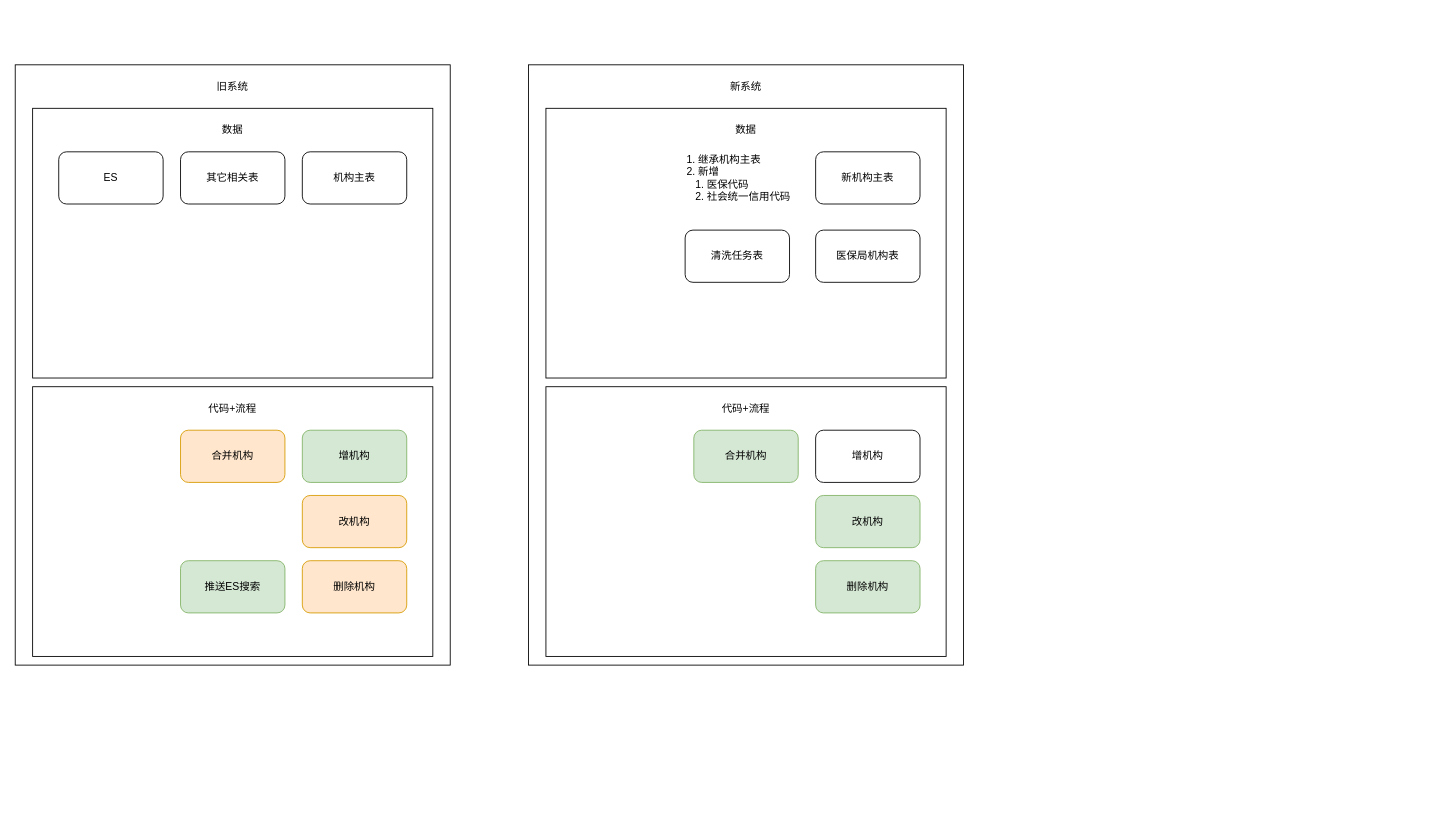
This is 知识库.drawio from XiaoLiuAI/diagrams, a draw.io file, before an edit. Source tidied: cells renumbered, new cells numbered last; positions are measured from the earlier drawing's top-left corner, leaving out a move shared by most shapes. Both pictures are drawn from the tidied source at 87%, with x=0, y=0 at pixel (15, 64).
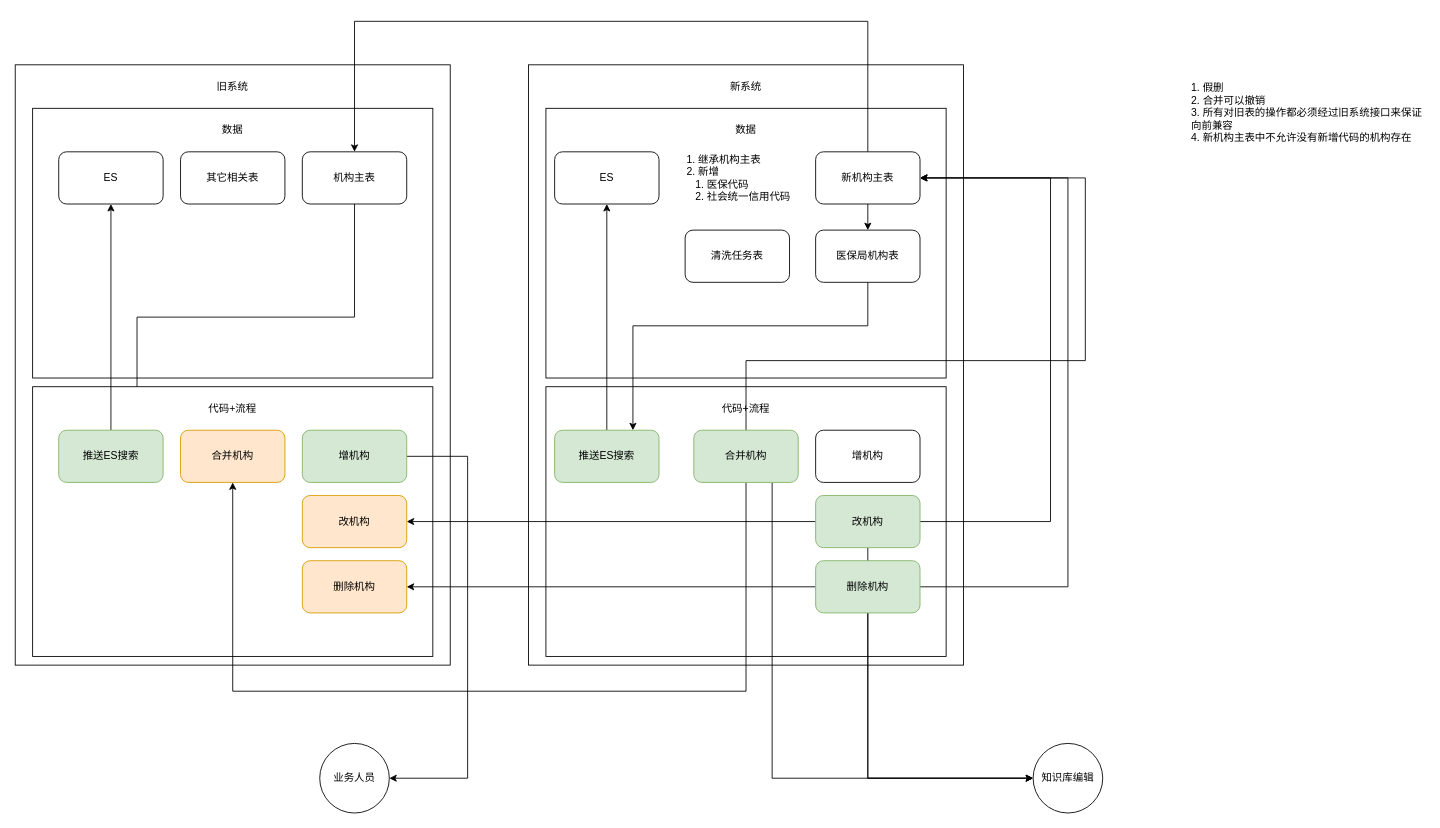
The same page after the edit.

Commit message (it also covers changes not shown here):
更新知识库.drawio

The change refers to these unchanged cells:
```xml
<mxCell id="6" value="机构主表" style="rounded=1;whiteSpace=wrap;html=1;" parent="1" vertex="1">
  <mxGeometry x="330" y="100" width="120" height="60" as="geometry" />
</mxCell>
<mxCell id="9" value="增机构" style="rounded=1;whiteSpace=wrap;html=1;fillColor=#d5e8d4;strokeColor=#82b366;" parent="1" vertex="1">
  <mxGeometry x="330" y="420" width="120" height="60" as="geometry" />
</mxCell>
<mxCell id="10" value="改机构" style="rounded=1;whiteSpace=wrap;html=1;fillColor=#ffe6cc;strokeColor=#d79b00;" parent="1" vertex="1">
  <mxGeometry x="330" y="495" width="120" height="60" as="geometry" />
</mxCell>
<mxCell id="11" value="删除机构" style="rounded=1;whiteSpace=wrap;html=1;fillColor=#ffe6cc;strokeColor=#d79b00;" parent="1" vertex="1">
  <mxGeometry x="330" y="570" width="120" height="60" as="geometry" />
</mxCell>
<mxCell id="12" value="合并机构" style="rounded=1;whiteSpace=wrap;html=1;fillColor=#ffe6cc;strokeColor=#d79b00;" parent="1" vertex="1">
  <mxGeometry x="190" y="420" width="120" height="60" as="geometry" />
</mxCell>
<mxCell id="14" value="ES" style="rounded=1;whiteSpace=wrap;html=1;" parent="1" vertex="1">
  <mxGeometry x="50" y="100" width="120" height="60" as="geometry" />
</mxCell>
<mxCell id="20" value="新机构主表" style="rounded=1;whiteSpace=wrap;html=1;" parent="1" vertex="1">
  <mxGeometry x="920" y="100" width="120" height="60" as="geometry" />
</mxCell>
<mxCell id="24" value="改机构" style="rounded=1;whiteSpace=wrap;html=1;fillColor=#d5e8d4;strokeColor=#82b366;" parent="1" vertex="1">
  <mxGeometry x="920" y="495" width="120" height="60" as="geometry" />
</mxCell>
<mxCell id="25" value="删除机构" style="rounded=1;whiteSpace=wrap;html=1;fillColor=#d5e8d4;strokeColor=#82b366;" parent="1" vertex="1">
  <mxGeometry x="920" y="570" width="120" height="60" as="geometry" />
</mxCell>
<mxCell id="26" value="合并机构" style="rounded=1;whiteSpace=wrap;html=1;fillColor=#d5e8d4;strokeColor=#82b366;" parent="1" vertex="1">
  <mxGeometry x="780" y="420" width="120" height="60" as="geometry" />
</mxCell>
<mxCell id="28" value="医保局机构表" style="rounded=1;whiteSpace=wrap;html=1;" parent="1" vertex="1">
  <mxGeometry x="920" y="190" width="120" height="60" as="geometry" />
</mxCell>
```

Diff of the diagram source:
```diff
@@
+    <mxCell id="30" style="edgeStyle=orthogonalEdgeStyle;rounded=0;jettySize=auto;html=1;exitX=0.5;exitY=1;exitDx=0;exitDy=0;entryX=0.75;entryY=0;entryDx=0;entryDy=0;" parent="1" edge="1" source="6" target="13">
+      <mxGeometry relative="1" as="geometry" />
+    </mxCell>
@@
+    <mxCell id="31" style="edgeStyle=orthogonalEdgeStyle;rounded=0;jettySize=auto;html=1;exitX=1;exitY=0.5;exitDx=0;exitDy=0;entryX=1;entryY=0.5;entryDx=0;entryDy=0;" parent="1" edge="1" source="9" target="48">
+      <mxGeometry relative="1" as="geometry">
+        <Array as="points">
+          <mxPoint x="520" y="450" />
+          <mxPoint x="520" y="820" />
+        </Array>
+      </mxGeometry>
+    </mxCell>
@@
+    <mxCell id="32" style="edgeStyle=orthogonalEdgeStyle;rounded=0;jettySize=auto;html=1;exitX=0.5;exitY=0;exitDx=0;exitDy=0;entryX=0.5;entryY=1;entryDx=0;entryDy=0;" parent="1" edge="1" source="13" target="14">
+      <mxGeometry relative="1" as="geometry" />
+    </mxCell>
     <mxCell id="13" value="推送ES搜索" style="rounded=1;whiteSpace=wrap;html=1;fillColor=#d5e8d4;strokeColor=#82b366;" parent="1" vertex="1">
-      <mxGeometry x="190" y="570" width="120" height="60" as="geometry" />
+      <mxGeometry x="50" y="420" width="120" height="60" as="geometry" />
     </mxCell>
@@
+    <mxCell id="33" style="edgeStyle=orthogonalEdgeStyle;rounded=0;jettySize=auto;html=1;exitX=0.5;exitY=1;exitDx=0;exitDy=0;entryX=0.5;entryY=0;entryDx=0;entryDy=0;" parent="1" edge="1" source="20" target="28">
+      <mxGeometry relative="1" as="geometry" />
+    </mxCell>
+    <mxCell id="34" style="edgeStyle=orthogonalEdgeStyle;rounded=0;jettySize=auto;html=1;exitX=0.5;exitY=0;exitDx=0;exitDy=0;entryX=0.5;entryY=0;entryDx=0;entryDy=0;" parent="1" edge="1" source="20" target="6">
+      <mxGeometry relative="1" as="geometry">
+        <Array as="points">
+          <mxPoint x="980" y="-50" />
+          <mxPoint x="390" y="-50" />
+        </Array>
+      </mxGeometry>
+    </mxCell>
@@
+    <mxCell id="35" style="edgeStyle=orthogonalEdgeStyle;rounded=0;jettySize=auto;html=1;exitX=0;exitY=0.5;exitDx=0;exitDy=0;entryX=1;entryY=0.5;entryDx=0;entryDy=0;" parent="1" edge="1" source="24" target="10">
+      <mxGeometry relative="1" as="geometry" />
+    </mxCell>
+    <mxCell id="36" style="edgeStyle=orthogonalEdgeStyle;rounded=0;jettySize=auto;html=1;exitX=1;exitY=0.5;exitDx=0;exitDy=0;entryX=1;entryY=0.5;entryDx=0;entryDy=0;" parent="1" edge="1" source="24" target="20">
+      <mxGeometry relative="1" as="geometry">
+        <Array as="points">
+          <mxPoint x="1190" y="525" />
+          <mxPoint x="1190" y="130" />
+        </Array>
+      </mxGeometry>
+    </mxCell>
+    <mxCell id="37" style="edgeStyle=orthogonalEdgeStyle;rounded=0;jettySize=auto;html=1;exitX=0.5;exitY=1;exitDx=0;exitDy=0;entryX=0;entryY=0.5;entryDx=0;entryDy=0;" parent="1" edge="1" source="24" target="49">
+      <mxGeometry relative="1" as="geometry" />
+    </mxCell>
@@
+    <mxCell id="38" style="edgeStyle=orthogonalEdgeStyle;rounded=0;jettySize=auto;html=1;exitX=0;exitY=0.5;exitDx=0;exitDy=0;" parent="1" edge="1" source="25" target="11">
+      <mxGeometry relative="1" as="geometry" />
+    </mxCell>
+    <mxCell id="39" style="edgeStyle=orthogonalEdgeStyle;rounded=0;jettySize=auto;html=1;exitX=1;exitY=0.5;exitDx=0;exitDy=0;entryX=1;entryY=0.5;entryDx=0;entryDy=0;" parent="1" edge="1" source="25" target="20">
+      <mxGeometry relative="1" as="geometry">
+        <Array as="points">
+          <mxPoint x="1210" y="600" />
+          <mxPoint x="1210" y="130" />
+        </Array>
+      </mxGeometry>
+    </mxCell>
+    <mxCell id="40" style="edgeStyle=orthogonalEdgeStyle;rounded=0;jettySize=auto;html=1;exitX=0.5;exitY=1;exitDx=0;exitDy=0;entryX=0;entryY=0.5;entryDx=0;entryDy=0;" parent="1" edge="1" source="25" target="49">
+      <mxGeometry relative="1" as="geometry" />
+    </mxCell>
@@
+    <mxCell id="41" style="edgeStyle=orthogonalEdgeStyle;rounded=0;jettySize=auto;html=1;exitX=0.5;exitY=1;exitDx=0;exitDy=0;entryX=0.5;entryY=1;entryDx=0;entryDy=0;" parent="1" edge="1" source="26" target="12">
+      <mxGeometry relative="1" as="geometry">
+        <Array as="points">
+          <mxPoint x="840" y="720" />
+          <mxPoint x="250" y="720" />
+        </Array>
+      </mxGeometry>
+    </mxCell>
+    <mxCell id="42" style="edgeStyle=orthogonalEdgeStyle;rounded=0;jettySize=auto;html=1;exitX=0.5;exitY=0;exitDx=0;exitDy=0;entryX=1;entryY=0.5;entryDx=0;entryDy=0;" parent="1" edge="1" source="26" target="20">
+      <mxGeometry relative="1" as="geometry">
+        <Array as="points">
+          <mxPoint x="840" y="340" />
+          <mxPoint x="1230" y="340" />
+          <mxPoint x="1230" y="130" />
+        </Array>
+      </mxGeometry>
+    </mxCell>
+    <mxCell id="43" style="edgeStyle=orthogonalEdgeStyle;rounded=0;jettySize=auto;html=1;exitX=0.75;exitY=1;exitDx=0;exitDy=0;entryX=0;entryY=0.5;entryDx=0;entryDy=0;" parent="1" edge="1" source="26" target="49">
+      <mxGeometry relative="1" as="geometry" />
+    </mxCell>
@@
+    <mxCell id="44" style="edgeStyle=orthogonalEdgeStyle;rounded=0;jettySize=auto;html=1;exitX=0.5;exitY=0;exitDx=0;exitDy=0;entryX=0.5;entryY=1;entryDx=0;entryDy=0;" parent="1" edge="1" source="45" target="47">
+      <mxGeometry relative="1" as="geometry" />
+    </mxCell>
+    <mxCell id="45" value="推送ES搜索" style="rounded=1;whiteSpace=wrap;html=1;fillColor=#d5e8d4;strokeColor=#82b366;" parent="1" vertex="1">
+      <mxGeometry x="620" y="420" width="120" height="60" as="geometry" />
+    </mxCell>
@@
+    <mxCell id="46" style="edgeStyle=orthogonalEdgeStyle;rounded=0;jettySize=auto;html=1;exitX=0.5;exitY=1;exitDx=0;exitDy=0;entryX=0.75;entryY=0;entryDx=0;entryDy=0;" parent="1" edge="1" source="28" target="45">
+      <mxGeometry relative="1" as="geometry">
+        <Array as="points">
+          <mxPoint x="980" y="300" />
+          <mxPoint x="710" y="300" />
+        </Array>
+      </mxGeometry>
+    </mxCell>
@@
+    <mxCell id="47" value="ES" style="rounded=1;whiteSpace=wrap;html=1;" parent="1" vertex="1">
+      <mxGeometry x="620" y="100" width="120" height="60" as="geometry" />
+    </mxCell>
+    <mxCell id="48" value="业务人员" style="ellipse;whiteSpace=wrap;html=1;" parent="1" vertex="1">
+      <mxGeometry x="350" y="780" width="80" height="80" as="geometry" />
+    </mxCell>
+    <mxCell id="49" value="知识库编辑" style="ellipse;whiteSpace=wrap;html=1;" parent="1" vertex="1">
+      <mxGeometry x="1170" y="780" width="80" height="80" as="geometry" />
+    </mxCell>
+    <mxCell id="50" value="1. 假删&lt;br&gt;2. 合并可以撤销&lt;br&gt;3. 所有对旧表的操作都必须经过旧系统接口来保证向前兼容&lt;br&gt;4. 新机构主表中不允许没有新增代码的机构存在" style="text;html=1;strokeColor=none;fillColor=none;align=left;verticalAlign=middle;whiteSpace=wrap;rounded=0;" parent="1" vertex="1">
+      <mxGeometry x="1350" width="270" height="110" as="geometry" />
+    </mxCell>
```
